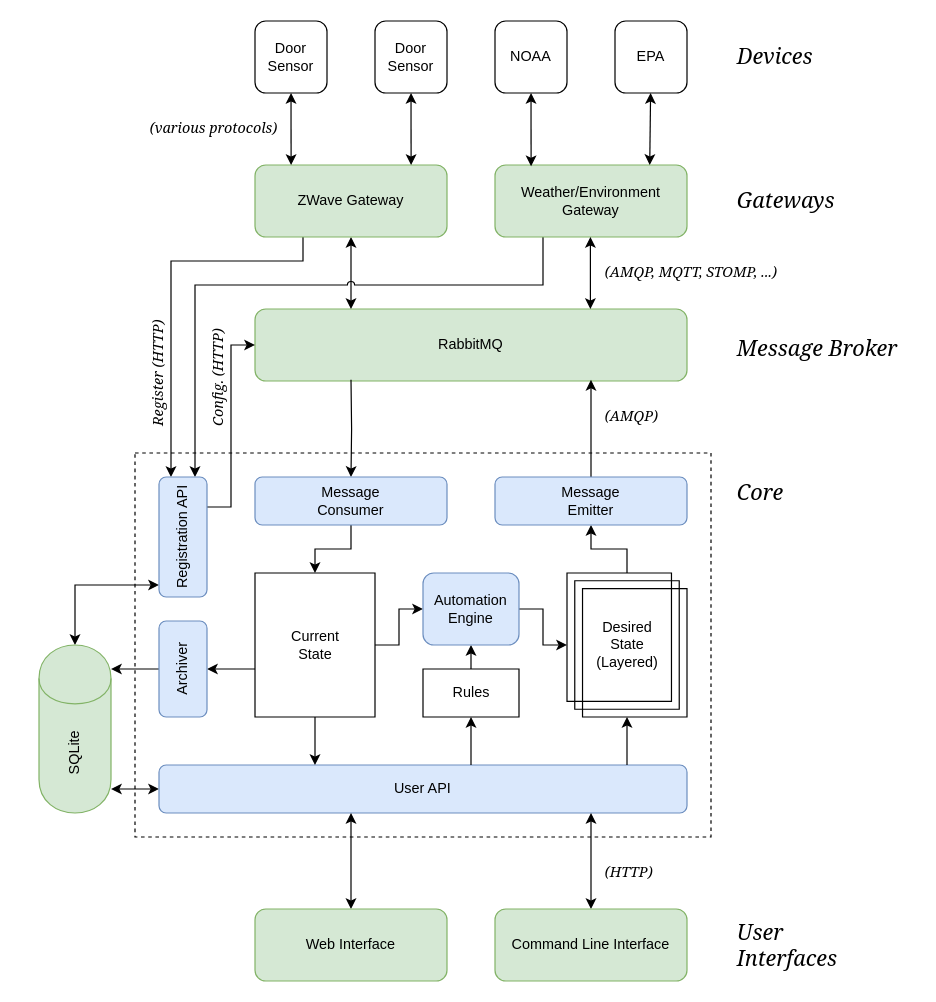
Above: docs/architecture.drawio in mikecamilleri/tilde (draw.io), before the change. Source tidied: cells renumbered, new cells numbered last; positions are measured from the earlier drawing's top-left corner, leaving out a move shared by most shapes. Both pictures are drawn from the tidied source at 120%, with x=0, y=0 at pixel (38, 20).
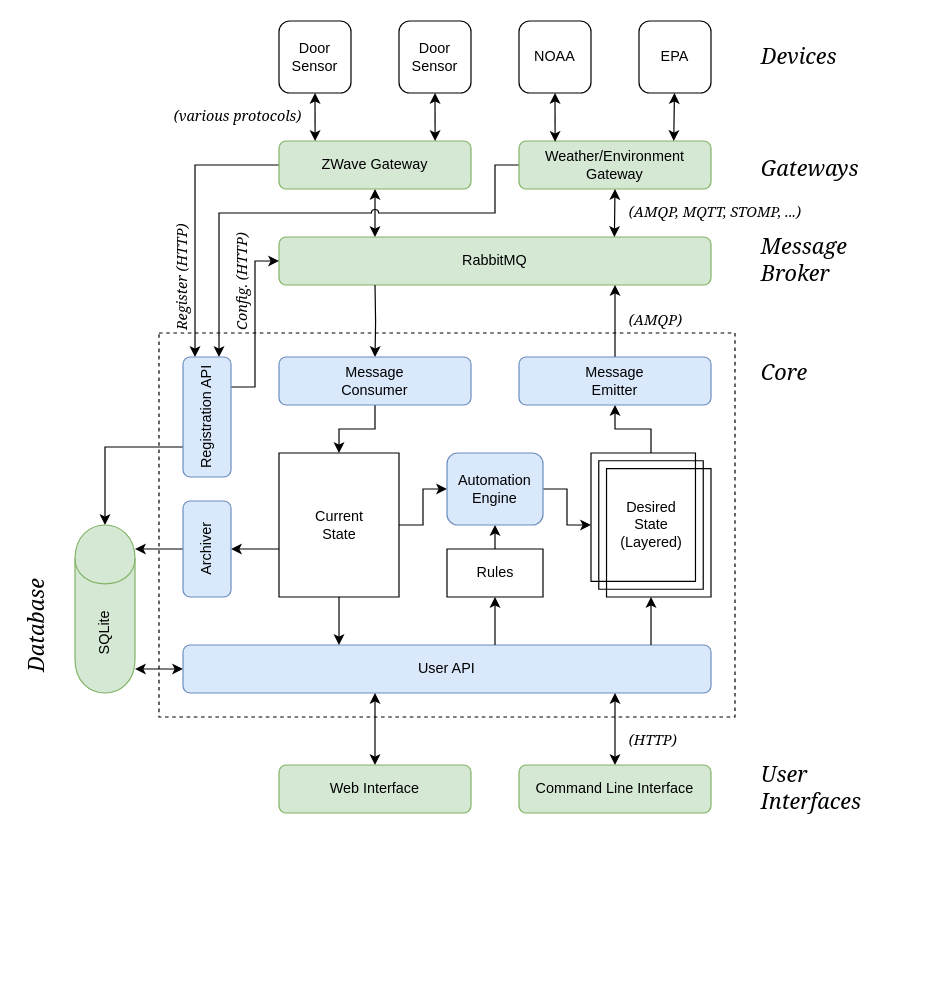
The same page after the edit.

Commit message (it also covers changes not shown here):
condense architecture diagram

Change to the diagram source:
```diff
@@
     <mxCell id="2" style="rounded=0;whiteSpace=wrap;html=1;align=left;fillColor=none;dashed=1;" parent="1" vertex="1">
-      <mxGeometry x="80" y="360" width="480" height="320" as="geometry" />
+      <mxGeometry x="100" y="260" width="480" height="320" as="geometry" />
     </mxCell>
     <mxCell id="3" value="RabbitMQ" style="rounded=1;whiteSpace=wrap;html=1;fillColor=#d5e8d4;strokeColor=#82b366;" parent="1" vertex="1">
-      <mxGeometry x="180" y="240" width="360" height="60" as="geometry" />
+      <mxGeometry x="200" y="180" width="360" height="40" as="geometry" />
     </mxCell>
     <mxCell id="4" style="edgeStyle=orthogonalEdgeStyle;rounded=0;jumpStyle=arc;jettySize=auto;html=1;startArrow=classic;startFill=1;endArrow=classic;endFill=1;" parent="1" edge="1" source="5">
       <mxGeometry relative="1" as="geometry">
-        <mxPoint x="60" y="640" as="targetPoint" />
+        <mxPoint x="80" y="540" as="targetPoint" />
         <Array as="points">
-          <mxPoint x="60" y="640" />
+          <mxPoint x="80" y="540" />
         </Array>
       </mxGeometry>
     </mxCell>
     <mxCell id="5" value="User API" style="rounded=1;whiteSpace=wrap;html=1;fillColor=#dae8fc;strokeColor=#6c8ebf;" parent="1" vertex="1">
-      <mxGeometry x="100" y="620" width="440" height="40" as="geometry" />
+      <mxGeometry x="120" y="520" width="440" height="40" as="geometry" />
     </mxCell>
     <mxCell id="6" style="edgeStyle=none;rounded=0;jettySize=auto;html=1;startArrow=classic;startFill=1;endArrow=classic;endFill=1;" parent="1" edge="1" source="7">
       <mxGeometry relative="1" as="geometry">
-        <mxPoint x="260" y="660" as="targetPoint" />
+        <mxPoint x="280" y="560" as="targetPoint" />
       </mxGeometry>
     </mxCell>
     <mxCell id="7" value="Web Interface&lt;br&gt;" style="rounded=1;whiteSpace=wrap;html=1;fillColor=#d5e8d4;strokeColor=#82b366;" parent="1" vertex="1">
-      <mxGeometry x="180" y="740" width="160" height="60" as="geometry" />
+      <mxGeometry x="200" y="620" width="160" height="40" as="geometry" />
     </mxCell>
     <mxCell id="8" style="edgeStyle=none;rounded=0;jettySize=auto;html=1;startArrow=classic;startFill=1;endArrow=classic;endFill=1;" parent="1" edge="1" source="9">
       <mxGeometry relative="1" as="geometry">
-        <mxPoint x="460" y="660" as="targetPoint" />
+        <mxPoint x="480" y="560" as="targetPoint" />
       </mxGeometry>
     </mxCell>
     <mxCell id="9" value="Command Line Interface&lt;br&gt;" style="rounded=1;whiteSpace=wrap;html=1;fillColor=#d5e8d4;align=center;strokeColor=#82b366;" parent="1" vertex="1">
-      <mxGeometry x="380" y="740" width="160" height="60" as="geometry" />
+      <mxGeometry x="400" y="620" width="160" height="40" as="geometry" />
     </mxCell>
@@
     <mxCell id="11" style="edgeStyle=orthogonalEdgeStyle;rounded=0;jumpStyle=arc;jettySize=auto;html=1;startArrow=classic;startFill=1;endArrow=none;endFill=0;" parent="1" edge="1" source="12" target="5">
       <mxGeometry relative="1" as="geometry">
         <Array as="points">
-          <mxPoint x="490" y="610" />
-          <mxPoint x="490" y="610" />
+          <mxPoint x="510" y="510" />
+          <mxPoint x="510" y="510" />
         </Array>
       </mxGeometry>
     </mxCell>
     <mxCell id="12" value="Desired&lt;br&gt;State &lt;br&gt;(Layered)" style="verticalLabelPosition=middle;verticalAlign=middle;html=1;shape=mxgraph.basic.layered_rect;dx=12.94;outlineConnect=0;fillColor=none;align=center;labelPosition=center;horizontal=1;" parent="1" vertex="1">
-      <mxGeometry x="440" y="460" width="100" height="120" as="geometry" />
+      <mxGeometry x="460" y="360" width="100" height="120" as="geometry" />
     </mxCell>
     <mxCell id="13" style="edgeStyle=orthogonalEdgeStyle;rounded=0;jumpStyle=arc;jettySize=auto;html=1;startArrow=none;startFill=0;endArrow=classic;endFill=1;" parent="1" edge="1" source="16" target="5">
       <mxGeometry relative="1" as="geometry">
         <Array as="points">
-          <mxPoint x="230" y="610" />
-          <mxPoint x="230" y="610" />
+          <mxPoint x="250" y="510" />
+          <mxPoint x="250" y="510" />
         </Array>
       </mxGeometry>
     </mxCell>
@@
     <mxCell id="15" style="edgeStyle=orthogonalEdgeStyle;rounded=0;jettySize=auto;html=1;startArrow=none;startFill=0;" parent="1" edge="1" target="58">
       <mxGeometry relative="1" as="geometry">
-        <mxPoint x="181" y="540" as="sourcePoint" />
+        <mxPoint x="201" y="440" as="sourcePoint" />
         <Array as="points">
-          <mxPoint x="181" y="540" />
+          <mxPoint x="201" y="440" />
         </Array>
       </mxGeometry>
     </mxCell>
     <mxCell id="16" value="Current&lt;br&gt;State" style="verticalLabelPosition=middle;verticalAlign=middle;html=1;shape=mxgraph.basic.rect;fillColor=#ffffff;fillColor2=none;strokeColor=#000000;strokeWidth=1;size=20;indent=5;align=center;labelPosition=center;horizontal=1;" parent="1" vertex="1">
-      <mxGeometry x="180" y="460" width="100" height="120" as="geometry" />
+      <mxGeometry x="200" y="360" width="100" height="120" as="geometry" />
     </mxCell>
@@
     <mxCell id="18" style="edgeStyle=orthogonalEdgeStyle;rounded=0;jumpStyle=arc;jettySize=auto;html=1;startArrow=classic;startFill=1;endArrow=none;endFill=0;" parent="1" edge="1" source="19" target="5">
       <mxGeometry relative="1" as="geometry">
         <Array as="points">
-          <mxPoint x="360" y="600" />
-          <mxPoint x="360" y="600" />
+          <mxPoint x="380" y="500" />
+          <mxPoint x="380" y="500" />
         </Array>
       </mxGeometry>
     </mxCell>
     <mxCell id="19" value="Rules&lt;br&gt;" style="verticalLabelPosition=middle;verticalAlign=middle;html=1;shape=mxgraph.basic.rect;fillColor=#ffffff;fillColor2=none;strokeColor=#000000;strokeWidth=1;size=20;indent=5;align=center;labelPosition=center;" parent="1" vertex="1">
-      <mxGeometry x="320" y="540" width="80" height="40" as="geometry" />
+      <mxGeometry x="340" y="440" width="80" height="40" as="geometry" />
     </mxCell>
@@
     <mxCell id="21" value="Automation&lt;br&gt;Engine&lt;br&gt;" style="rounded=1;whiteSpace=wrap;html=1;fillColor=#dae8fc;align=center;strokeColor=#6c8ebf;" parent="1" vertex="1">
-      <mxGeometry x="320" y="460" width="80" height="60" as="geometry" />
+      <mxGeometry x="340" y="360" width="80" height="60" as="geometry" />
     </mxCell>
     <mxCell id="22" style="edgeStyle=none;rounded=0;jettySize=auto;html=1;startArrow=classic;startFill=1;endArrow=classic;endFill=1;" parent="1" edge="1" source="24">
       <mxGeometry relative="1" as="geometry">
-        <mxPoint x="260" y="240" as="targetPoint" />
+        <mxPoint x="280" y="180" as="targetPoint" />
       </mxGeometry>
     </mxCell>
-    <mxCell id="23" style="edgeStyle=orthogonalEdgeStyle;rounded=0;jumpStyle=arc;jettySize=auto;html=1;exitX=0.25;exitY=1;exitDx=0;exitDy=0;entryX=0.25;entryY=0;entryDx=0;entryDy=0;startArrow=none;startFill=0;" parent="1" edge="1" source="24" target="51">
-      <mxGeometry relative="1" as="geometry">
-        <Array as="points">
-          <mxPoint x="220" y="200" />
-          <mxPoint x="110" y="200" />
-        </Array>
-      </mxGeometry>
+    <mxCell id="23" style="edgeStyle=orthogonalEdgeStyle;rounded=0;jumpStyle=arc;jettySize=auto;html=1;exitX=0;exitY=0.5;exitDx=0;exitDy=0;entryX=0.25;entryY=0;entryDx=0;entryDy=0;" parent="1" edge="1" source="24" target="51">
+      <mxGeometry relative="1" as="geometry" />
     </mxCell>
     <mxCell id="24" value="ZWave Gateway&lt;br&gt;" style="rounded=1;whiteSpace=wrap;html=1;fillColor=#d5e8d4;strokeColor=#82b366;" parent="1" vertex="1">
-      <mxGeometry x="180" y="120" width="160" height="60" as="geometry" />
+      <mxGeometry x="200" y="100" width="160" height="40" as="geometry" />
     </mxCell>
@@
     <mxCell id="26" value="Door&lt;br&gt;Sensor&lt;br&gt;" style="rounded=1;whiteSpace=wrap;html=1;" parent="1" vertex="1">
-      <mxGeometry x="180" width="60" height="60" as="geometry" />
+      <mxGeometry x="200" width="60" height="60" as="geometry" />
     </mxCell>
@@
     <mxCell id="28" value="Door&lt;br&gt;Sensor&lt;br&gt;" style="rounded=1;whiteSpace=wrap;html=1;" parent="1" vertex="1">
-      <mxGeometry x="280" width="60" height="60" as="geometry" />
+      <mxGeometry x="300" width="60" height="60" as="geometry" />
     </mxCell>
-    <mxCell id="29" style="edgeStyle=orthogonalEdgeStyle;rounded=0;jettySize=auto;html=1;exitX=0.25;exitY=1;exitDx=0;exitDy=0;jumpStyle=arc;startArrow=none;startFill=0;" parent="1" edge="1" source="30" target="51">
+    <mxCell id="29" style="edgeStyle=orthogonalEdgeStyle;rounded=0;jumpStyle=arc;jettySize=auto;html=1;exitX=0;exitY=0.5;exitDx=0;exitDy=0;entryX=0.75;entryY=0;entryDx=0;entryDy=0;" parent="1" edge="1" source="30" target="51">
       <mxGeometry relative="1" as="geometry">
         <Array as="points">
-          <mxPoint x="420" y="220" />
-          <mxPoint x="130" y="220" />
+          <mxPoint x="380" y="120" />
+          <mxPoint x="380" y="160" />
+          <mxPoint x="150" y="160" />
         </Array>
       </mxGeometry>
     </mxCell>
     <mxCell id="30" value="Weather/Environment Gateway&lt;br&gt;" style="rounded=1;whiteSpace=wrap;html=1;fillColor=#d5e8d4;strokeColor=#82b366;" parent="1" vertex="1">
-      <mxGeometry x="380" y="120" width="160" height="60" as="geometry" />
+      <mxGeometry x="400" y="100" width="160" height="40" as="geometry" />
     </mxCell>
@@
     <mxCell id="32" value="NOAA&lt;br&gt;" style="rounded=1;whiteSpace=wrap;html=1;" parent="1" vertex="1">
-      <mxGeometry x="380" width="60" height="60" as="geometry" />
+      <mxGeometry x="400" width="60" height="60" as="geometry" />
     </mxCell>
@@
     <mxCell id="34" value="EPA&lt;br&gt;" style="rounded=1;whiteSpace=wrap;html=1;" parent="1" vertex="1">
-      <mxGeometry x="480" width="60" height="60" as="geometry" />
+      <mxGeometry x="500" width="60" height="60" as="geometry" />
     </mxCell>
     <mxCell id="35" style="edgeStyle=none;rounded=0;orthogonalLoop=1;jettySize=auto;html=1;startArrow=classic;startFill=1;endArrow=classic;endFill=1;" parent="1" edge="1">
       <mxGeometry relative="1" as="geometry">
-        <mxPoint x="459.5" y="180" as="sourcePoint" />
-        <mxPoint x="459.5" y="240" as="targetPoint" />
+        <mxPoint x="480" y="140" as="sourcePoint" />
+        <mxPoint x="479.5" y="180" as="targetPoint" />
       </mxGeometry>
     </mxCell>
@@
     <mxCell id="37" value="&lt;font style=&quot;font-size: 18px;&quot;&gt;&lt;span style=&quot;font-size: 18px;&quot;&gt;&lt;i style=&quot;font-size: 18px;&quot;&gt;Devices&lt;/i&gt;&lt;/span&gt;&lt;/font&gt;" style="text;html=1;align=left;verticalAlign=top;spacingTop=-4;fontStyle=0;fontFamily=Georgia;fontSize=18;" parent="1" vertex="1">
-      <mxGeometry x="580" y="16" width="80" height="20" as="geometry" />
+      <mxGeometry x="600" y="16" width="80" height="20" as="geometry" />
     </mxCell>
     <mxCell id="38" value="&lt;font style=&quot;font-size: 18px;&quot;&gt;&lt;span style=&quot;font-size: 18px;&quot;&gt;&lt;i style=&quot;font-size: 18px;&quot;&gt;Gateways&lt;/i&gt;&lt;/span&gt;&lt;/font&gt;" style="text;html=1;align=left;verticalAlign=top;spacingTop=-4;fontStyle=0;fontFamily=Georgia;fontSize=18;" parent="1" vertex="1">
-      <mxGeometry x="580" y="136" width="90" height="20" as="geometry" />
+      <mxGeometry x="600" y="110" width="90" height="20" as="geometry" />
     </mxCell>
-    <mxCell id="39" value="&lt;font style=&quot;font-size: 18px&quot;&gt;&lt;span style=&quot;font-size: 18px&quot;&gt;&lt;i style=&quot;font-size: 18px&quot;&gt;Message Broker&lt;br&gt;&lt;/i&gt;&lt;/span&gt;&lt;/font&gt;" style="text;html=1;align=left;verticalAlign=top;spacingTop=-4;fontStyle=0;fontFamily=Georgia;fontSize=18;" parent="1" vertex="1">
-      <mxGeometry x="580" y="260" width="150" height="20" as="geometry" />
+    <mxCell id="39" value="&lt;font style=&quot;font-size: 18px&quot;&gt;&lt;span style=&quot;font-size: 18px&quot;&gt;&lt;i style=&quot;font-size: 18px&quot;&gt;Message &lt;br&gt;Broker&lt;br&gt;&lt;/i&gt;&lt;/span&gt;&lt;/font&gt;" style="text;html=1;align=left;verticalAlign=top;spacingTop=-4;fontStyle=0;fontFamily=Georgia;fontSize=18;" parent="1" vertex="1">
+      <mxGeometry x="600" y="175" width="90" height="50" as="geometry" />
     </mxCell>
     <mxCell id="40" value="&lt;span style=&quot;font-size: 18px&quot;&gt;&lt;span style=&quot;font-size: 18px&quot;&gt;&lt;i style=&quot;font-size: 18px&quot;&gt;User &lt;br&gt;Interfaces&lt;/i&gt;&lt;/span&gt;&lt;/span&gt;" style="text;html=1;align=left;verticalAlign=top;spacingTop=-4;fontStyle=0;fontFamily=Georgia;fontSize=18;" parent="1" vertex="1">
-      <mxGeometry x="580" y="746" width="100" height="50" as="geometry" />
+      <mxGeometry x="600" y="615" width="100" height="50" as="geometry" />
     </mxCell>
     <mxCell id="41" value="&lt;font face=&quot;Georgia&quot; style=&quot;font-size: 12px&quot;&gt;&lt;i&gt;(various protocols)&lt;/i&gt;&lt;/font&gt;" style="text;html=1;align=right;verticalAlign=middle;" parent="1" vertex="1">
-      <mxGeometry x="80" y="80" width="120" height="20" as="geometry" />
+      <mxGeometry x="100" y="70" width="120" height="20" as="geometry" />
     </mxCell>
     <mxCell id="42" value="&lt;font face=&quot;Georgia&quot; style=&quot;font-size: 12px&quot;&gt;&lt;i&gt;(AMQP, MQTT, STOMP, ...)&lt;/i&gt;&lt;/font&gt;" style="text;html=1;align=left;verticalAlign=middle;" parent="1" vertex="1">
-      <mxGeometry x="470" y="200" width="160" height="20" as="geometry" />
+      <mxGeometry x="490" y="150" width="160" height="20" as="geometry" />
     </mxCell>
     <mxCell id="43" value="&lt;font face=&quot;Georgia&quot; style=&quot;font-size: 12px&quot;&gt;&lt;i&gt;(AMQP)&lt;/i&gt;&lt;/font&gt;" style="text;html=1;align=left;verticalAlign=middle;" parent="1" vertex="1">
-      <mxGeometry x="470" y="320" width="60" height="20" as="geometry" />
+      <mxGeometry x="490" y="240" width="60" height="20" as="geometry" />
     </mxCell>
@@
     <mxCell id="45" style="edgeStyle=orthogonalEdgeStyle;rounded=0;jettySize=auto;html=1;" parent="1" edge="1" target="46">
       <mxGeometry relative="1" as="geometry">
-        <mxPoint x="260" y="299" as="sourcePoint" />
+        <mxPoint x="280" y="220" as="sourcePoint" />
       </mxGeometry>
     </mxCell>
     <mxCell id="46" value="Message&lt;br&gt;Consumer" style="rounded=1;whiteSpace=wrap;html=1;fillColor=#dae8fc;align=center;strokeColor=#6c8ebf;" parent="1" vertex="1">
-      <mxGeometry x="180" y="380" width="160" height="40" as="geometry" />
+      <mxGeometry x="200" y="280" width="160" height="40" as="geometry" />
     </mxCell>
     <mxCell id="47" style="edgeStyle=orthogonalEdgeStyle;rounded=0;jettySize=auto;html=1;" parent="1" edge="1" source="48">
       <mxGeometry relative="1" as="geometry">
-        <mxPoint x="460" y="299" as="targetPoint" />
+        <mxPoint x="480" y="220" as="targetPoint" />
       </mxGeometry>
     </mxCell>
     <mxCell id="48" value="Message&lt;br&gt;Emitter" style="rounded=1;whiteSpace=wrap;html=1;fillColor=#dae8fc;align=center;strokeColor=#6c8ebf;" parent="1" vertex="1">
-      <mxGeometry x="380" y="380" width="160" height="40" as="geometry" />
+      <mxGeometry x="400" y="280" width="160" height="40" as="geometry" />
     </mxCell>
+    <mxCell id="50" style="edgeStyle=orthogonalEdgeStyle;rounded=0;jettySize=auto;html=1;exitX=1;exitY=0.25;exitDx=0;exitDy=0;entryX=0;entryY=0.5;entryDx=0;entryDy=0;" parent="1" edge="1" source="51" target="3">
+      <mxGeometry relative="1" as="geometry" />
+    </mxCell>
-    <mxCell id="49" style="edgeStyle=orthogonalEdgeStyle;rounded=0;jumpStyle=arc;jettySize=auto;html=1;startArrow=classic;startFill=1;endArrow=classic;endFill=1;entryX=0.5;entryY=0;entryDx=0;entryDy=0;" parent="1" edge="1" source="51" target="54">
+    <mxCell id="49" style="edgeStyle=orthogonalEdgeStyle;rounded=0;jumpStyle=arc;jettySize=auto;html=1;exitX=0;exitY=0.75;exitDx=0;exitDy=0;entryX=0.5;entryY=0;entryDx=0;entryDy=0;" parent="1" edge="1" source="51" target="54">
       <mxGeometry relative="1" as="geometry">
         <Array as="points">
-          <mxPoint x="30" y="470" />
+          <mxPoint x="55" y="355" />
         </Array>
       </mxGeometry>
     </mxCell>
-    <mxCell id="50" style="edgeStyle=orthogonalEdgeStyle;rounded=0;jettySize=auto;html=1;exitX=1;exitY=0.25;exitDx=0;exitDy=0;entryX=0;entryY=0.5;entryDx=0;entryDy=0;" parent="1" edge="1" source="51" target="3">
-      <mxGeometry relative="1" as="geometry" />
-    </mxCell>
     <mxCell id="51" value="Registration API" style="rounded=1;whiteSpace=wrap;html=1;fillColor=#dae8fc;align=center;strokeColor=#6c8ebf;horizontal=0;" parent="1" vertex="1">
-      <mxGeometry x="100" y="380" width="40" height="100" as="geometry" />
+      <mxGeometry x="120" y="280" width="40" height="100" as="geometry" />
     </mxCell>
     <mxCell id="52" value="&lt;font face=&quot;Georgia&quot; style=&quot;font-size: 12px&quot;&gt;&lt;i&gt;(HTTP)&lt;/i&gt;&lt;/font&gt;" style="text;html=1;align=left;verticalAlign=middle;" parent="1" vertex="1">
-      <mxGeometry x="470" y="700" width="60" height="20" as="geometry" />
+      <mxGeometry x="490" y="590" width="60" height="20" as="geometry" />
     </mxCell>
     <mxCell id="53" value="&lt;font face=&quot;Georgia&quot; style=&quot;font-size: 12px&quot;&gt;&lt;i&gt;Register (HTTP)&lt;/i&gt;&lt;/font&gt;" style="text;html=1;align=left;verticalAlign=middle;rotation=-90;" parent="1" vertex="1">
-      <mxGeometry x="50" y="280" width="100" height="20" as="geometry" />
+      <mxGeometry x="70" y="200" width="100" height="20" as="geometry" />
     </mxCell>
     <mxCell id="54" value="SQLite" style="shape=cylinder;whiteSpace=wrap;html=1;boundedLbl=1;backgroundOutline=1;align=center;horizontal=0;fillColor=#d5e8d4;strokeColor=#82b366;" parent="1" vertex="1">
-      <mxGeometry y="520" width="60" height="140" as="geometry" />
+      <mxGeometry x="30" y="420" width="50" height="140" as="geometry" />
     </mxCell>
     <mxCell id="55" value="&lt;font style=&quot;font-size: 18px&quot;&gt;&lt;span style=&quot;font-size: 18px&quot;&gt;&lt;i style=&quot;font-size: 18px&quot;&gt;Core&lt;br&gt;&lt;/i&gt;&lt;/span&gt;&lt;/font&gt;" style="text;html=1;align=left;verticalAlign=top;spacingTop=-4;fontStyle=0;fontFamily=Georgia;fontSize=18;" parent="1" vertex="1">
-      <mxGeometry x="580" y="380" width="50" height="20" as="geometry" />
+      <mxGeometry x="600" y="280" width="50" height="20" as="geometry" />
     </mxCell>
     <mxCell id="56" value="&lt;font face=&quot;Georgia&quot; style=&quot;font-size: 12px&quot;&gt;&lt;i&gt;Config. (HTTP)&lt;/i&gt;&lt;/font&gt;" style="text;html=1;align=left;verticalAlign=middle;rotation=-90;" parent="1" vertex="1">
-      <mxGeometry x="100" y="280" width="100" height="20" as="geometry" />
+      <mxGeometry x="120" y="200" width="100" height="20" as="geometry" />
     </mxCell>
@@
     <mxCell id="58" value="Archiver" style="rounded=1;whiteSpace=wrap;html=1;fillColor=#dae8fc;align=center;strokeColor=#6c8ebf;horizontal=0;" parent="1" vertex="1">
-      <mxGeometry x="100" y="500" width="40" height="80" as="geometry" />
+      <mxGeometry x="120" y="400" width="40" height="80" as="geometry" />
     </mxCell>
+    <mxCell id="59" value="&lt;font style=&quot;font-size: 18px&quot;&gt;&lt;span style=&quot;font-size: 18px&quot;&gt;&lt;i style=&quot;font-size: 18px&quot;&gt;Database&lt;br&gt;&lt;/i&gt;&lt;/span&gt;&lt;/font&gt;" style="text;html=1;align=left;verticalAlign=top;spacingTop=-4;fontStyle=0;fontFamily=Georgia;fontSize=18;horizontal=1;rotation=-90;" parent="1" vertex="1">
+      <mxGeometry x="-50" y="490" width="90" height="20" as="geometry" />
+    </mxCell>
```
